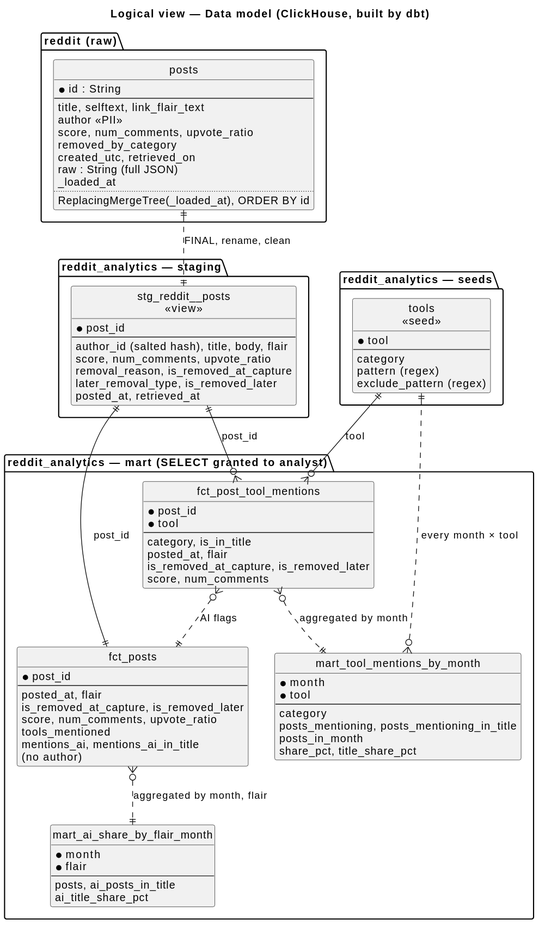
Before: docs/architecture/diagrams/logical-data-model.svg, a diagram exported from PlantUML (modsomjeed/reddit-dataeng).
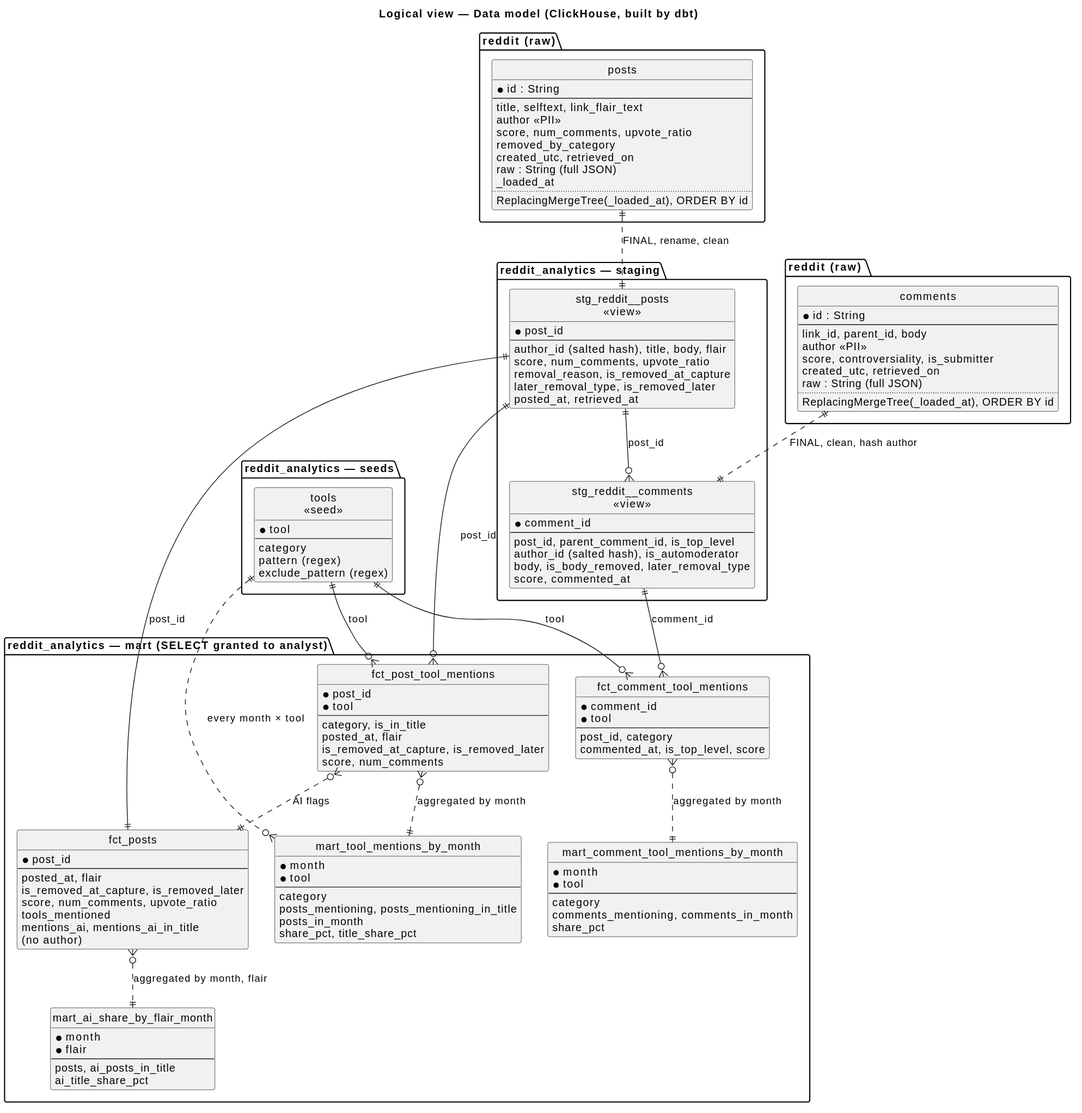
The same diagram one commit later.

Diff of the diagram source:
```diff
@@ -20,7 +20,29 @@
   }
 }
 
+package "reddit (raw) " as rawc {
+  entity "comments" as rawcom {
+    * id : String
+    --
+    link_id, parent_id, body
+    author <<PII>>
+    score, controversiality, is_submitter
+    created_utc, retrieved_on
+    raw : String (full JSON)
+    ..
+    ReplacingMergeTree(_loaded_at), ORDER BY id
+  }
+}
+
 package "reddit_analytics — staging" {
+  entity "stg_reddit__comments\n<<view>>" as stgc {
+    * comment_id
+    --
+    post_id, parent_comment_id, is_top_level
+    author_id (salted hash), is_automoderator
+    body, is_body_removed, later_removal_type
+    score, commented_at
+  }
   entity "stg_reddit__posts\n<<view>>" as stg {
     * post_id
     --
@@ -43,6 +65,21 @@
 }
 
 package "reddit_analytics — mart  (SELECT granted to analyst)" {
+  entity "fct_comment_tool_mentions" as fctm {
+    * comment_id
+    * tool
+    --
+    post_id, category
+    commented_at, is_top_level, score
+  }
+  entity "mart_comment_tool_mentions_by_month" as mctm {
+    * month
+    * tool
+    --
+    category
+    comments_mentioning, comments_in_month
+    share_pct
+  }
   entity "fct_post_tool_mentions" as fptm {
     * post_id
     * tool
@@ -88,4 +125,9 @@
 fptm }o..|| mtm : "aggregated by month"
 tools ||..o{ mtm : "every month × tool"
 fp }o..|| mai : "aggregated by month, flair"
+rawcom ||..|| stgc : "FINAL, clean, hash author"
+stg ||--o{ stgc : "post_id"
+stgc ||--o{ fctm : "comment_id"
+tools ||--o{ fctm : "tool"
+fctm }o..|| mctm : "aggregated by month"
 @enduml
```
